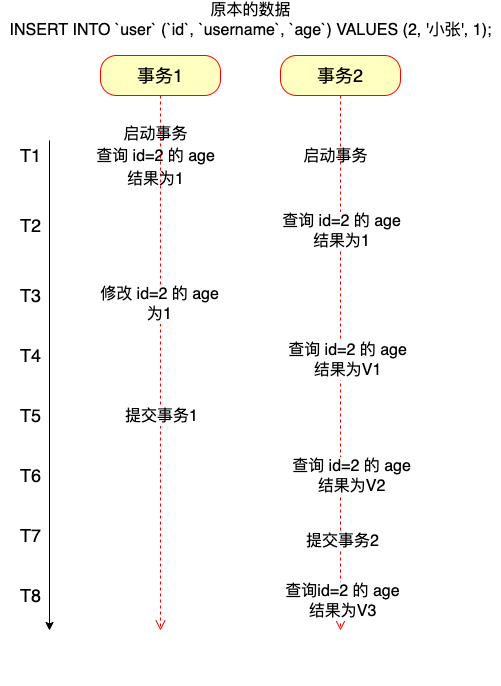
boilingfrog/Go-POINT keeps this draw.io diagram as img/mysql/mysql-acid-durability.png. Above is the earlier version. Source tidied: cells renumbered, new cells last; positions are measured from the earlier drawing's top-left corner, leaving out a move shared by most shapes.
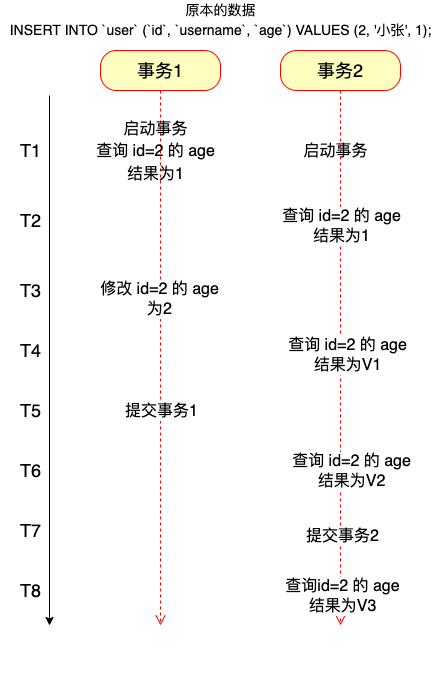
The same diagram one commit later.

Commit message:
feat:MySQL 中的事务理解

The edit, as a diff of the source:
```diff
@@ -4,7 +4,7 @@
     <mxCell id="1" parent="0" />
     <mxCell id="2" style="endArrow=classic;html=1;fontSize=18;" parent="1" edge="1">
       <mxGeometry relative="1" as="geometry">
-        <mxPoint x="49" y="140" as="sourcePoint" />
+        <mxPoint x="49" y="100" as="sourcePoint" />
         <mxPoint x="49" y="630" as="targetPoint" />
       </mxGeometry>
     </mxCell>
@@ -56,7 +56,7 @@
     <mxCell id="14" value="T2" style="text;html=1;align=center;verticalAlign=middle;strokeColor=none;fillColor=none;fontSize=18;" parent="1" vertex="1">
       <mxGeometry x="10" y="210" width="40" height="30" as="geometry" />
     </mxCell>
-    <mxCell id="15" value="修改 id=2 的 age&lt;br&gt;为1" style="edgeLabel;html=1;align=center;verticalAlign=middle;fontSize=16;" parent="1" vertex="1">
+    <mxCell id="15" value="修改 id=2 的 age&lt;br&gt;为2" style="edgeLabel;html=1;align=center;verticalAlign=middle;fontSize=16;" parent="1" vertex="1">
       <mxGeometry x="360" y="250" as="geometry">
         <mxPoint x="-202" y="53" as="offset" />
       </mxGeometry>
@@ -90,8 +90,8 @@
     <mxCell id="24" value="&lt;pre style=&quot;background-color: #2b2b2b ; color: #a9b7c6 ; font-family: &amp;#34;source code pro&amp;#34; , monospace ; font-size: 11.3pt&quot;&gt;&lt;br&gt;&lt;/pre&gt;" style="text;html=1;align=center;verticalAlign=middle;strokeColor=none;fillColor=none;fontSize=16;" parent="1" vertex="1">
       <mxGeometry x="120" y="635" width="20" height="50" as="geometry" />
     </mxCell>
-    <mxCell id="25" value="原本的数据&lt;br&gt;INSERT INTO `user` (`id`, `username`, `age`) VALUES (2, '小张', 1);" style="text;html=1;align=center;verticalAlign=middle;strokeColor=none;fillColor=none;fontSize=16;" parent="1" vertex="1">
-      <mxGeometry width="500" height="40" as="geometry" />
+    <mxCell id="25" value="&lt;font style=&quot;font-size: 14px&quot;&gt;原本的数据&lt;br&gt;INSERT INTO `user` (`id`, `username`, `age`) VALUES (2, '小张', 1);&lt;/font&gt;" style="text;html=1;align=center;verticalAlign=middle;strokeColor=none;fillColor=none;fontSize=16;" parent="1" vertex="1">
+      <mxGeometry y="5" width="440" height="40" as="geometry" />
     </mxCell>
   </root>
 </mxGraphModel>
```
